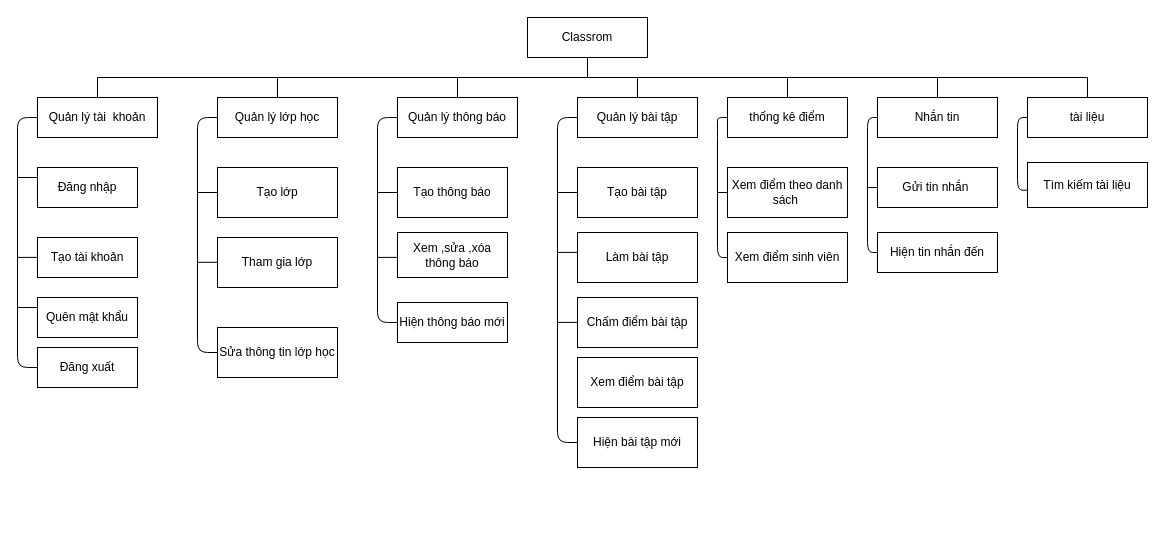
This is Baocao/bfd.drawio from haupham809/DoAnTotNghiep, a draw.io file, before an edit. Source tidied: cells renumbered, new cells numbered last; positions are measured from the earlier drawing's top-left corner, leaving out a move shared by most shapes. Both pictures are drawn from the tidied source at 100%, with x=0, y=0 at pixel (17, 17).
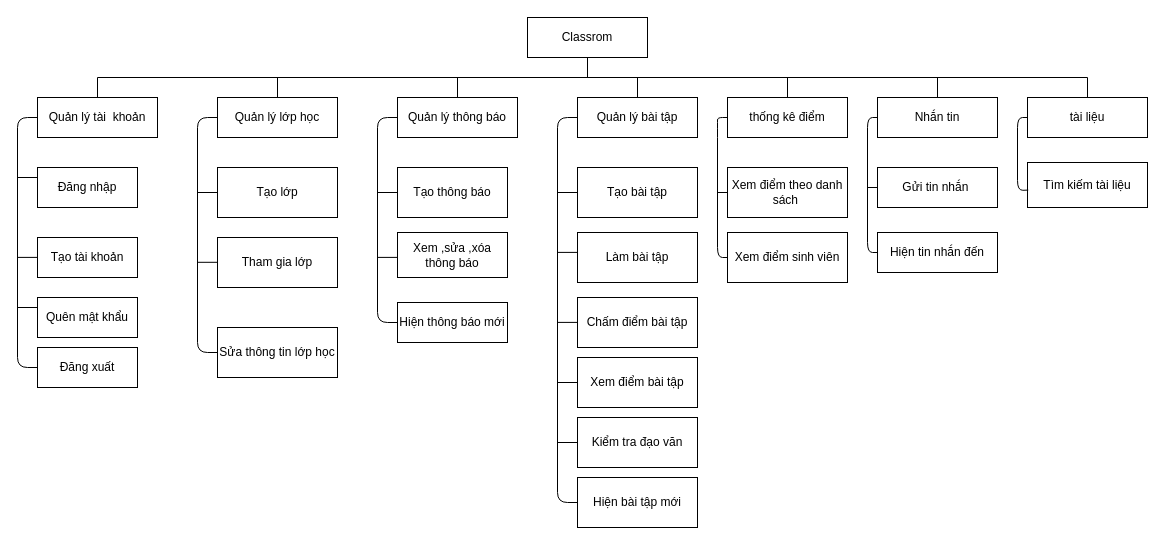
The same diagram, later.

The change refers to these unchanged cells:
```xml
<mxCell id="6" value="Quản lý bài tập" style="rounded=0;whiteSpace=wrap;html=1;" parent="1" vertex="1">
  <mxGeometry x="560" y="80" width="120" height="40" as="geometry" />
</mxCell>
<mxCell id="32" value="Xem điểm bài tập" style="rounded=0;whiteSpace=wrap;html=1;" parent="1" vertex="1">
  <mxGeometry x="560" y="340" width="120" height="50" as="geometry" />
</mxCell>
```

What changed in the source:
```diff
@@
-    <mxCell id="42" style="endArrow=none;html=1;entryX=0;entryY=0.5;entryDx=0;entryDy=0;exitX=0;exitY=0.5;exitDx=0;exitDy=0;" parent="1" edge="1" source="56" target="6">
+    <mxCell id="42" style="endArrow=none;html=1;entryX=0;entryY=0.5;entryDx=0;entryDy=0;exitX=0;exitY=0.5;exitDx=0;exitDy=0;" parent="1" edge="1" source="58" target="6">
       <mxGeometry relative="1" as="geometry">
         <Array as="points">
-          <mxPoint x="540" y="425" />
+          <mxPoint x="540" y="485" />
           <mxPoint x="540" y="100" />
         </Array>
       </mxGeometry>
     </mxCell>
@@
-    <mxCell id="56" value="Hiện bài tập mới" style="rounded=0;whiteSpace=wrap;html=1;" parent="1" vertex="1">
+    <mxCell id="56" value="Kiểm tra đạo văn" style="rounded=0;whiteSpace=wrap;html=1;" parent="1" vertex="1">
       <mxGeometry x="560" y="400" width="120" height="50" as="geometry" />
     </mxCell>
@@
+    <mxCell id="58" value="Hiện bài tập mới" style="rounded=0;whiteSpace=wrap;html=1;" parent="1" vertex="1">
+      <mxGeometry x="560" y="460" width="120" height="50" as="geometry" />
+    </mxCell>
+    <mxCell id="59" style="endArrow=none;html=1;entryX=0;entryY=0.5;entryDx=0;entryDy=0;" parent="1" edge="1" target="32">
+      <mxGeometry relative="1" as="geometry">
+        <mxPoint x="540" y="365" as="sourcePoint" />
+      </mxGeometry>
+    </mxCell>
+    <mxCell id="60" style="endArrow=none;html=1;entryX=0;entryY=0.5;entryDx=0;entryDy=0;" parent="1" edge="1" target="56">
+      <mxGeometry relative="1" as="geometry">
+        <mxPoint x="540" y="425" as="sourcePoint" />
+      </mxGeometry>
+    </mxCell>
```
